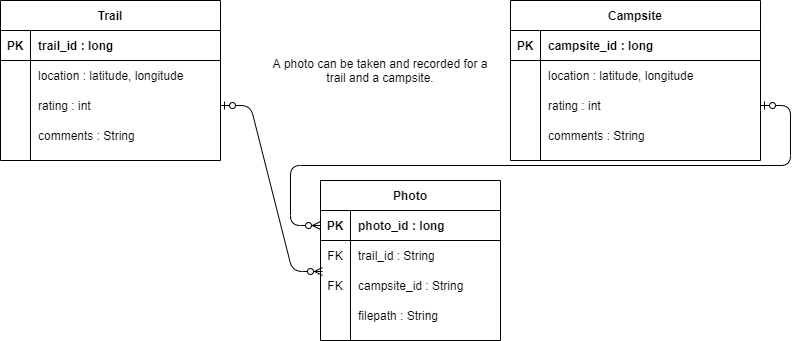
Earlier version of the draw.io export docs/img/erd.png (nm-trailmaster/nm-trailmaster.github.io). Source tidied: cells renumbered, new cells last; positions are measured from the earlier drawing's top-left corner, leaving out a move shared by most shapes.
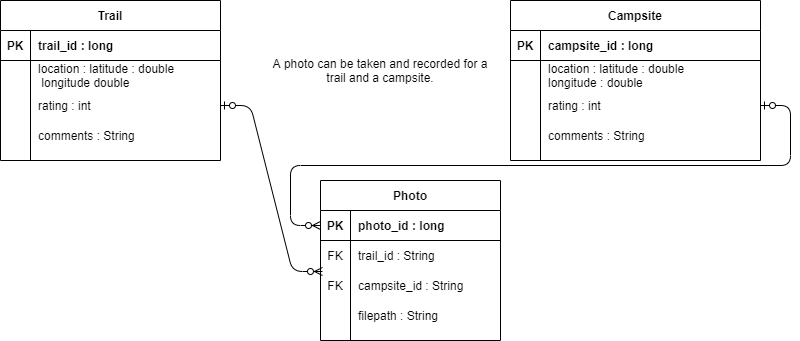
After the change.

Commit message:
New specified ERD's.

Diff of the diagram source:
```diff
@@ -20,7 +20,7 @@
     <mxCell id="7" style="shape=partialRectangle;fillColor=none;top=0;left=0;bottom=0;right=0;overflow=hidden;" parent="6" vertex="1">
       <mxGeometry width="30" height="30" as="geometry" />
     </mxCell>
-    <mxCell id="8" value="location : latitude, longitude" style="shape=partialRectangle;fillColor=none;top=0;left=0;bottom=0;right=0;align=left;spacingLeft=6;overflow=hidden;" parent="6" vertex="1">
+    <mxCell id="8" value="location : latitude : double &#10;longitude : double" style="shape=partialRectangle;fillColor=none;top=0;left=0;bottom=0;right=0;align=left;spacingLeft=6;overflow=hidden;" parent="6" vertex="1">
       <mxGeometry x="30" width="220" height="30" as="geometry" />
     </mxCell>
     <mxCell id="9" style="shape=partialRectangle;fillColor=none;top=0;left=0;bottom=0;right=0;points=[[0,0.5],[1,0.5]];portConstraint=eastwest;" parent="2" vertex="1">
@@ -59,7 +59,7 @@
     <mxCell id="20" style="shape=partialRectangle;fillColor=none;top=0;left=0;bottom=0;right=0;overflow=hidden;" parent="19" vertex="1">
       <mxGeometry width="30" height="30" as="geometry" />
     </mxCell>
-    <mxCell id="21" value="location : latitude, longitude" style="shape=partialRectangle;fillColor=none;top=0;left=0;bottom=0;right=0;align=left;spacingLeft=6;overflow=hidden;" parent="19" vertex="1">
+    <mxCell id="21" value="location : latitude : double&#10; longitude double" style="shape=partialRectangle;fillColor=none;top=0;left=0;bottom=0;right=0;align=left;spacingLeft=6;overflow=hidden;" parent="19" vertex="1">
       <mxGeometry x="30" width="190" height="30" as="geometry" />
     </mxCell>
     <mxCell id="22" style="shape=partialRectangle;fillColor=none;top=0;left=0;bottom=0;right=0;points=[[0,0.5],[1,0.5]];portConstraint=eastwest;" parent="15" vertex="1">
```
